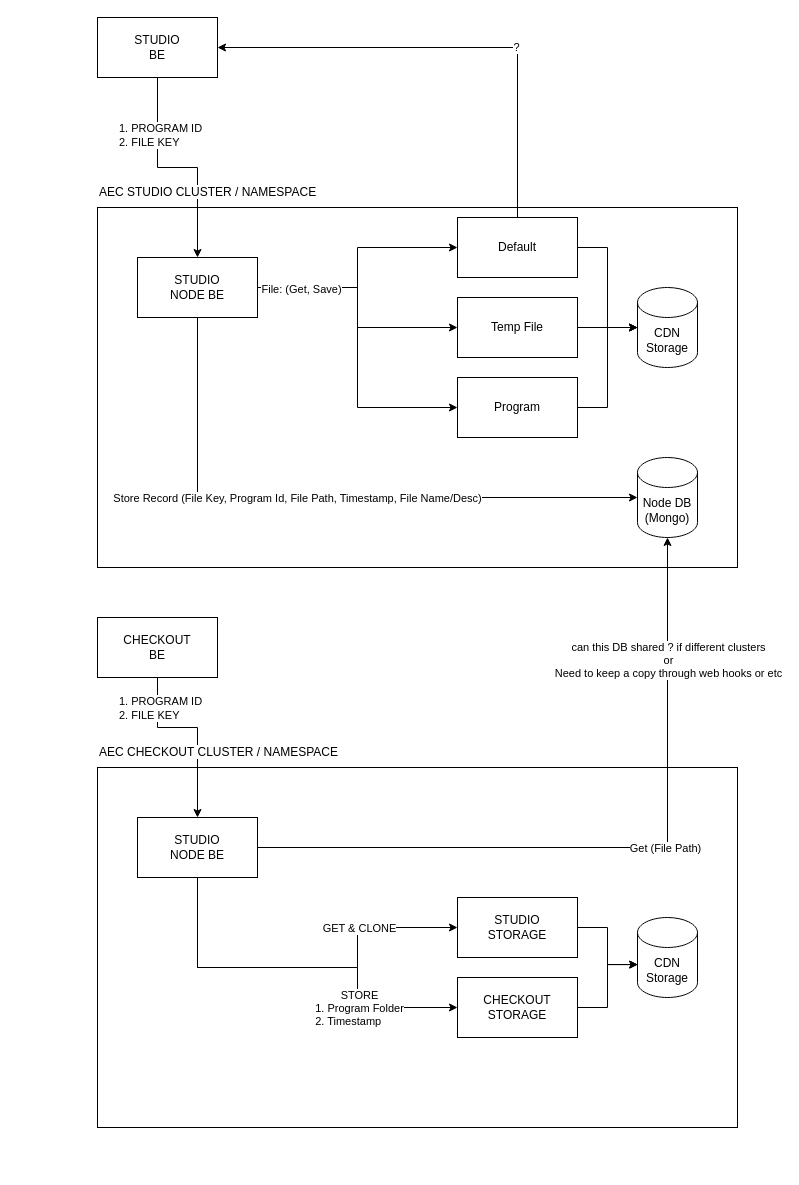
ssharifdev/draw.io keeps this draw.io diagram as Studio-node-hld.drawio. Above is the earlier version. Source tidied: cells renumbered, new cells numbered last; positions are measured from the earlier drawing's top-left corner, leaving out a move shared by most shapes. Both pictures are drawn from the tidied source at 100%, with x=0, y=0 at pixel (97, 17).
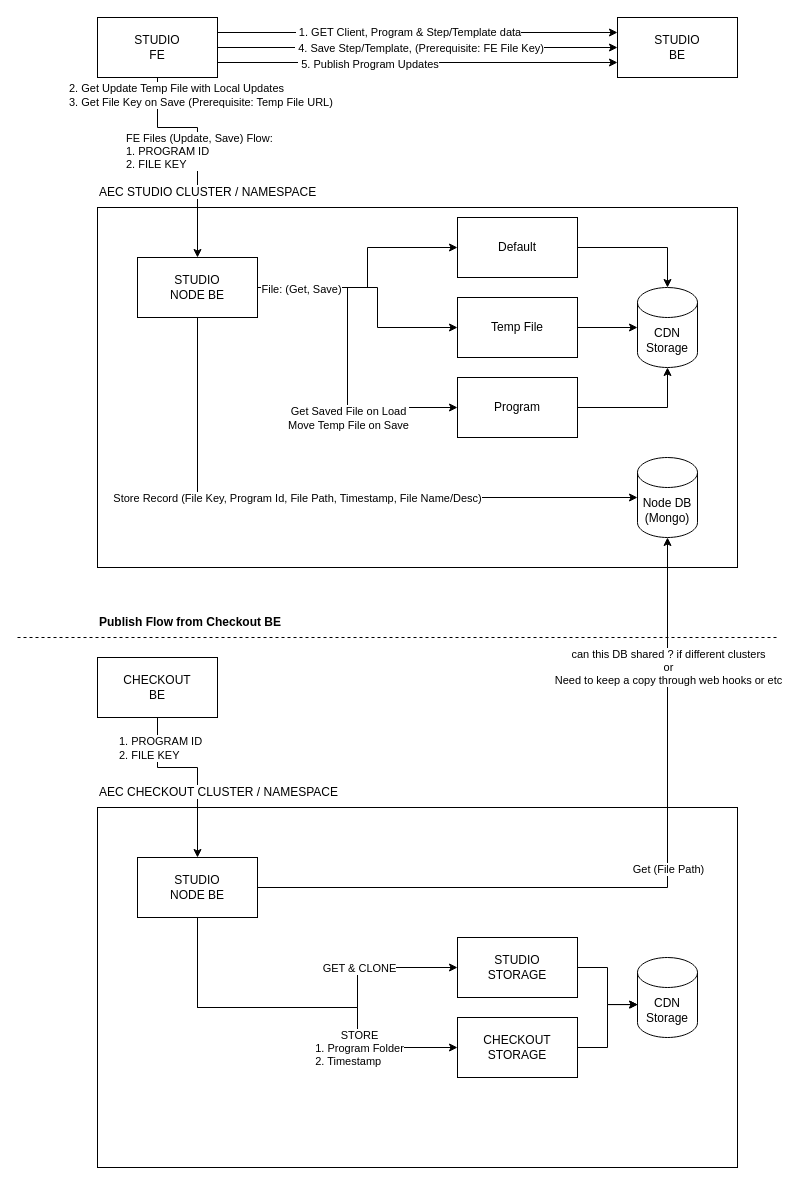
The same page after the edit.

The change refers to these unchanged cells:
```xml
<mxCell id="11" value="STUDIO&lt;br&gt;NODE BE" style="rounded=0;whiteSpace=wrap;html=1;fillColor=none;" parent="1" vertex="1">
  <mxGeometry x="40" y="240" width="120" height="60" as="geometry" />
</mxCell>
<mxCell id="13" value="CDN&lt;br&gt;Storage" style="shape=cylinder3;whiteSpace=wrap;html=1;boundedLbl=1;backgroundOutline=1;size=15;" parent="1" vertex="1">
  <mxGeometry x="540" y="270" width="60" height="80" as="geometry" />
</mxCell>
<mxCell id="16" value="Default" style="rounded=0;whiteSpace=wrap;html=1;fillColor=none;" parent="1" vertex="1">
  <mxGeometry x="360" y="200" width="120" height="60" as="geometry" />
</mxCell>
<mxCell id="17" value="Temp File" style="rounded=0;whiteSpace=wrap;html=1;fillColor=none;" parent="1" vertex="1">
  <mxGeometry x="360" y="280" width="120" height="60" as="geometry" />
</mxCell>
<mxCell id="22" value="Program" style="rounded=0;whiteSpace=wrap;html=1;fillColor=none;" parent="1" vertex="1">
  <mxGeometry x="360" y="360" width="120" height="60" as="geometry" />
</mxCell>
```

Diff of the diagram source:
```diff
@@
     <mxCell id="2" style="rounded=0;whiteSpace=wrap;html=1;fillColor=none;" parent="1" vertex="1">
-      <mxGeometry y="750" width="640" height="360" as="geometry" />
+      <mxGeometry y="790" width="640" height="360" as="geometry" />
     </mxCell>
@@
     <mxCell id="4" style="edgeStyle=orthogonalEdgeStyle;rounded=0;jettySize=auto;html=1;entryX=0.5;entryY=0;entryDx=0;entryDy=0;" parent="1" edge="1" source="6" target="11">
-      <mxGeometry relative="1" as="geometry" />
+      <mxGeometry relative="1" as="geometry">
+        <Array as="points">
+          <mxPoint x="60" y="110" />
+          <mxPoint x="100" y="110" />
+        </Array>
+      </mxGeometry>
     </mxCell>
-    <mxCell id="5" value="1. PROGRAM ID&lt;br&gt;2. FILE KEY" style="edgeLabel;html=1;align=left;verticalAlign=middle;" parent="4" vertex="1">
+    <mxCell id="5" value="&lt;div style=&quot;&quot;&gt;FE Files (Update, Save) Flow:&lt;br&gt;&lt;/div&gt;1. PROGRAM ID&lt;br&gt;2. FILE KEY" style="edgeLabel;html=1;align=left;verticalAlign=middle;" parent="4" vertex="1">
       <mxGeometry x="-0.48" relative="1" as="geometry">
-        <mxPoint x="-40" as="offset" />
+        <mxPoint x="-40" y="23" as="offset" />
       </mxGeometry>
     </mxCell>
+    <mxCell id="42" value="2. Get Update Temp File with Local Updates&lt;br&gt;3. Get File Key on Save (Prerequisite: Temp File URL)" style="edgeLabel;html=1;align=left;verticalAlign=middle;" parent="4" vertex="1">
+      <mxGeometry x="-0.85" relative="1" as="geometry">
+        <mxPoint x="-90" as="offset" />
+      </mxGeometry>
+    </mxCell>
+    <mxCell id="43" style="edgeStyle=orthogonalEdgeStyle;rounded=0;jettySize=auto;html=1;entryX=0;entryY=0.25;entryDx=0;entryDy=0;exitX=1;exitY=0.25;exitDx=0;exitDy=0;" parent="1" edge="1" source="6" target="50">
+      <mxGeometry relative="1" as="geometry" />
+    </mxCell>
+    <mxCell id="44" value="&amp;nbsp;1. GET Client, Program &amp;amp; Step/Template data" style="edgeLabel;html=1;align=center;verticalAlign=middle;" parent="43" vertex="1">
+      <mxGeometry x="-0.01" relative="1" as="geometry">
+        <mxPoint x="-8" as="offset" />
+      </mxGeometry>
+    </mxCell>
+    <mxCell id="45" style="edgeStyle=orthogonalEdgeStyle;rounded=0;jettySize=auto;html=1;entryX=0;entryY=0.5;entryDx=0;entryDy=0;" parent="1" edge="1" source="6" target="50">
+      <mxGeometry relative="1" as="geometry" />
+    </mxCell>
+    <mxCell id="46" value="&amp;nbsp;4. Save Step/Template, (Prerequisite: FE File Key)" style="edgeLabel;html=1;align=center;verticalAlign=middle;" parent="45" vertex="1">
+      <mxGeometry x="-0.01" y="-2" relative="1" as="geometry">
+        <mxPoint x="3" y="-2" as="offset" />
+      </mxGeometry>
+    </mxCell>
+    <mxCell id="47" style="edgeStyle=orthogonalEdgeStyle;rounded=0;jettySize=auto;html=1;entryX=0;entryY=0.75;entryDx=0;entryDy=0;exitX=1;exitY=0.75;exitDx=0;exitDy=0;" parent="1" edge="1" source="6" target="50">
+      <mxGeometry relative="1" as="geometry" />
+    </mxCell>
+    <mxCell id="48" value="&amp;nbsp;5. Publish Program Updates" style="edgeLabel;html=1;align=center;verticalAlign=middle;" parent="47" vertex="1">
+      <mxGeometry x="0.01" y="-1" relative="1" as="geometry">
+        <mxPoint x="-52" as="offset" />
+      </mxGeometry>
+    </mxCell>
-    <mxCell id="6" value="STUDIO&lt;br&gt;BE" style="rounded=0;whiteSpace=wrap;html=1;fillColor=none;" parent="1" vertex="1">
+    <mxCell id="6" value="STUDIO&lt;br&gt;FE" style="rounded=0;whiteSpace=wrap;html=1;fillColor=none;" parent="1" vertex="1">
       <mxGeometry width="120" height="60" as="geometry" />
     </mxCell>
     <mxCell id="7" style="edgeStyle=orthogonalEdgeStyle;rounded=0;jettySize=auto;html=1;entryX=0;entryY=0.5;entryDx=0;entryDy=0;" parent="1" edge="1" source="11" target="16">
-      <mxGeometry relative="1" as="geometry" />
+      <mxGeometry relative="1" as="geometry">
+        <Array as="points">
+          <mxPoint x="270" y="270" />
+          <mxPoint x="270" y="230" />
+        </Array>
+      </mxGeometry>
     </mxCell>
     <mxCell id="8" style="edgeStyle=orthogonalEdgeStyle;rounded=0;jettySize=auto;html=1;entryX=0;entryY=0.5;entryDx=0;entryDy=0;" parent="1" edge="1" source="11" target="17">
-      <mxGeometry relative="1" as="geometry" />
+      <mxGeometry relative="1" as="geometry">
+        <Array as="points">
+          <mxPoint x="280" y="270" />
+          <mxPoint x="280" y="310" />
+        </Array>
+      </mxGeometry>
     </mxCell>
     <mxCell id="9" style="edgeStyle=orthogonalEdgeStyle;rounded=0;jettySize=auto;html=1;entryX=0;entryY=0.5;entryDx=0;entryDy=0;" parent="1" edge="1" source="11" target="22">
-      <mxGeometry relative="1" as="geometry" />
+      <mxGeometry relative="1" as="geometry">
+        <Array as="points">
+          <mxPoint x="250" y="270" />
+          <mxPoint x="250" y="390" />
+        </Array>
+      </mxGeometry>
     </mxCell>
@@
+    <mxCell id="49" value="Get Saved File on Load&lt;br&gt;Move Temp File on Save" style="edgeLabel;html=1;align=center;verticalAlign=middle;" parent="9" vertex="1">
+      <mxGeometry x="0.11" relative="1" as="geometry">
+        <mxPoint y="42" as="offset" />
+      </mxGeometry>
+    </mxCell>
@@
-    <mxCell id="14" style="edgeStyle=orthogonalEdgeStyle;rounded=0;jettySize=auto;html=1;entryX=1;entryY=0.5;entryDx=0;entryDy=0;" parent="1" edge="1" source="16" target="6">
-      <mxGeometry relative="1" as="geometry">
-        <Array as="points">
-          <mxPoint x="420" y="30" />
-        </Array>
-      </mxGeometry>
-    </mxCell>
-    <mxCell id="15" value="?" style="edgeLabel;html=1;align=center;verticalAlign=middle;" parent="14" vertex="1">
-      <mxGeometry x="-0.27" y="-1" relative="1" as="geometry" />
-    </mxCell>
@@
-    <mxCell id="18" style="edgeStyle=orthogonalEdgeStyle;rounded=0;jettySize=auto;html=1;entryX=0;entryY=0.5;entryDx=0;entryDy=0;entryPerimeter=0;" parent="1" edge="1" source="16" target="13">
-      <mxGeometry relative="1" as="geometry" />
-    </mxCell>
-    <mxCell id="19" style="edgeStyle=orthogonalEdgeStyle;rounded=0;jettySize=auto;html=1;entryX=0;entryY=0.5;entryDx=0;entryDy=0;entryPerimeter=0;" parent="1" edge="1" source="17" target="13">
-      <mxGeometry relative="1" as="geometry" />
-    </mxCell>
@@
-    <mxCell id="23" style="edgeStyle=orthogonalEdgeStyle;rounded=0;jettySize=auto;html=1;entryX=0;entryY=0.5;entryDx=0;entryDy=0;entryPerimeter=0;" parent="1" edge="1" source="22" target="13">
-      <mxGeometry relative="1" as="geometry" />
-    </mxCell>
     <mxCell id="24" style="edgeStyle=orthogonalEdgeStyle;rounded=0;jettySize=auto;html=1;entryX=0.5;entryY=0;entryDx=0;entryDy=0;" parent="1" edge="1" source="26" target="36">
       <mxGeometry relative="1" as="geometry">
         <Array as="points">
-          <mxPoint x="60" y="710" />
-          <mxPoint x="100" y="710" />
+          <mxPoint x="60" y="750" />
+          <mxPoint x="100" y="750" />
         </Array>
       </mxGeometry>
     </mxCell>
@@
     <mxCell id="26" value="CHECKOUT&lt;br&gt;BE" style="rounded=0;whiteSpace=wrap;html=1;fillColor=none;" parent="1" vertex="1">
-      <mxGeometry y="600" width="120" height="60" as="geometry" />
+      <mxGeometry y="640" width="120" height="60" as="geometry" />
     </mxCell>
@@
     <mxCell id="28" value="&lt;span style=&quot;background-color: light-dark(#ffffff, var(--ge-dark-color, #121212));&quot;&gt;AEC CHECKOUT CLUSTER / NAMESPACE&lt;/span&gt;" style="text;html=1;align=left;verticalAlign=middle;whiteSpace=wrap;rounded=0;" parent="1" vertex="1">
-      <mxGeometry y="720" width="280" height="30" as="geometry" />
+      <mxGeometry y="760" width="280" height="30" as="geometry" />
     </mxCell>
@@
     <mxCell id="32" style="edgeStyle=orthogonalEdgeStyle;rounded=0;jettySize=auto;html=1;entryX=0;entryY=0.5;entryDx=0;entryDy=0;" parent="1" edge="1" source="36" target="38">
       <mxGeometry relative="1" as="geometry">
         <Array as="points">
-          <mxPoint x="100" y="950" />
+          <mxPoint x="100" y="990" />
+          <mxPoint x="260" y="990" />
           <mxPoint x="260" y="950" />
-          <mxPoint x="260" y="910" />
         </Array>
       </mxGeometry>
     </mxCell>
@@
     <mxCell id="34" style="edgeStyle=orthogonalEdgeStyle;rounded=0;jettySize=auto;html=1;entryX=0;entryY=0.5;entryDx=0;entryDy=0;" parent="1" edge="1" source="36" target="39">
       <mxGeometry relative="1" as="geometry">
         <Array as="points">
-          <mxPoint x="100" y="950" />
-          <mxPoint x="260" y="950" />
+          <mxPoint x="100" y="990" />
           <mxPoint x="260" y="990" />
+          <mxPoint x="260" y="1030" />
         </Array>
       </mxGeometry>
     </mxCell>
@@
     <mxCell id="36" value="STUDIO&lt;br&gt;NODE BE" style="rounded=0;whiteSpace=wrap;html=1;fillColor=none;" parent="1" vertex="1">
-      <mxGeometry x="40" y="800" width="120" height="60" as="geometry" />
+      <mxGeometry x="40" y="840" width="120" height="60" as="geometry" />
     </mxCell>
     <mxCell id="37" value="CDN&lt;br&gt;Storage" style="shape=cylinder3;whiteSpace=wrap;html=1;boundedLbl=1;backgroundOutline=1;size=15;" parent="1" vertex="1">
-      <mxGeometry x="540" y="900" width="60" height="80" as="geometry" />
+      <mxGeometry x="540" y="940" width="60" height="80" as="geometry" />
     </mxCell>
     <mxCell id="38" value="STUDIO&lt;br&gt;STORAGE" style="rounded=0;whiteSpace=wrap;html=1;fillColor=none;" parent="1" vertex="1">
-      <mxGeometry x="360" y="880" width="120" height="60" as="geometry" />
+      <mxGeometry x="360" y="920" width="120" height="60" as="geometry" />
     </mxCell>
     <mxCell id="39" value="CHECKOUT&lt;br&gt;STORAGE" style="rounded=0;whiteSpace=wrap;html=1;fillColor=none;" parent="1" vertex="1">
-      <mxGeometry x="360" y="960" width="120" height="60" as="geometry" />
+      <mxGeometry x="360" y="1000" width="120" height="60" as="geometry" />
     </mxCell>
@@
+    <mxCell id="50" value="STUDIO&lt;br&gt;BE" style="rounded=0;whiteSpace=wrap;html=1;fillColor=none;" parent="1" vertex="1">
+      <mxGeometry x="520" width="120" height="60" as="geometry" />
+    </mxCell>
+    <mxCell id="51" value="&lt;b&gt;Publish Flow from Checkout BE&lt;/b&gt;" style="text;html=1;align=left;verticalAlign=middle;whiteSpace=wrap;rounded=0;" parent="1" vertex="1">
+      <mxGeometry y="590" width="200" height="30" as="geometry" />
+    </mxCell>
+    <mxCell id="52" style="endArrow=none;dashed=1;html=1;rounded=0;" parent="1" edge="1">
+      <mxGeometry relative="1" as="geometry">
+        <mxPoint x="-80" y="620" as="sourcePoint" />
+        <mxPoint x="680" y="620" as="targetPoint" />
+      </mxGeometry>
+    </mxCell>
+    <mxCell id="18" style="edgeStyle=orthogonalEdgeStyle;rounded=0;jettySize=auto;html=1;entryX=0.5;entryY=0;entryDx=0;entryDy=0;entryPerimeter=0;" parent="1" edge="1" source="16" target="13">
+      <mxGeometry relative="1" as="geometry">
+        <Array as="points">
+          <mxPoint x="570" y="230" />
+        </Array>
+      </mxGeometry>
+    </mxCell>
+    <mxCell id="19" style="edgeStyle=orthogonalEdgeStyle;rounded=0;jettySize=auto;html=1;entryX=0;entryY=0.5;entryDx=0;entryDy=0;entryPerimeter=0;" parent="1" edge="1" source="17" target="13">
+      <mxGeometry relative="1" as="geometry" />
+    </mxCell>
+    <mxCell id="23" style="edgeStyle=orthogonalEdgeStyle;rounded=0;jettySize=auto;html=1;entryX=0.5;entryY=1;entryDx=0;entryDy=0;entryPerimeter=0;" parent="1" edge="1" source="22" target="13">
+      <mxGeometry relative="1" as="geometry" />
+    </mxCell>
```
